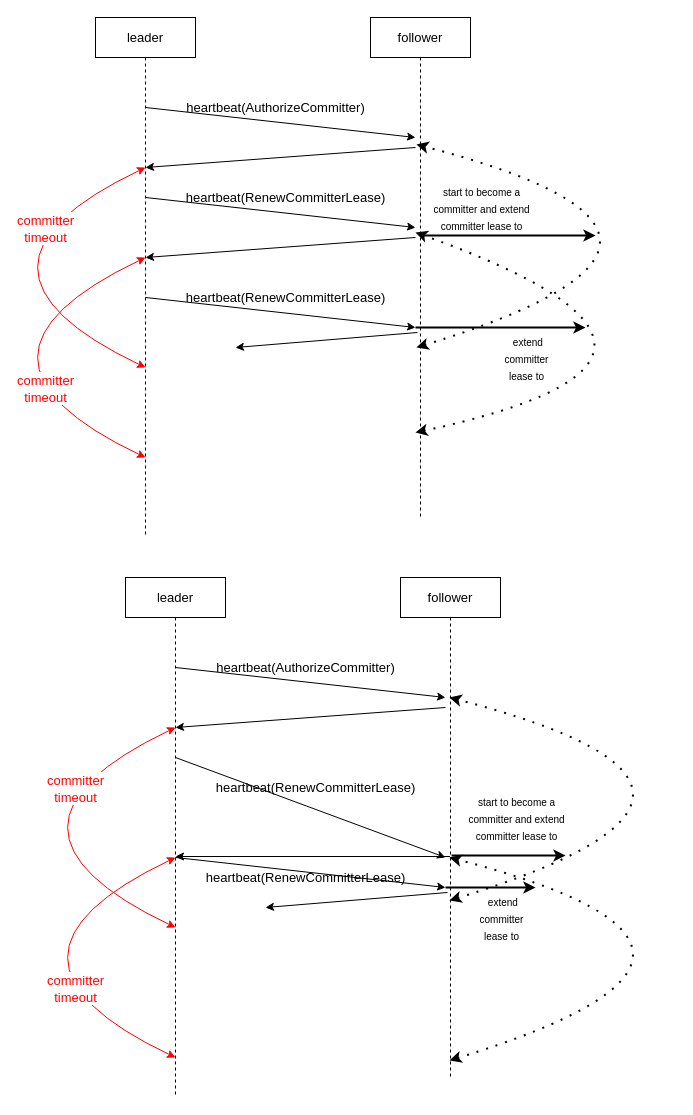
Before: raft-committer-idea.drawio in BanYeung/Notes, a draw.io diagram. Source tidied: cells renumbered, new cells numbered last; positions are measured from the earlier drawing's top-left corner, leaving out a move shared by most shapes. Both pictures are drawn from the tidied source at 100%, with x=0, y=0 at pixel (-65, 17).
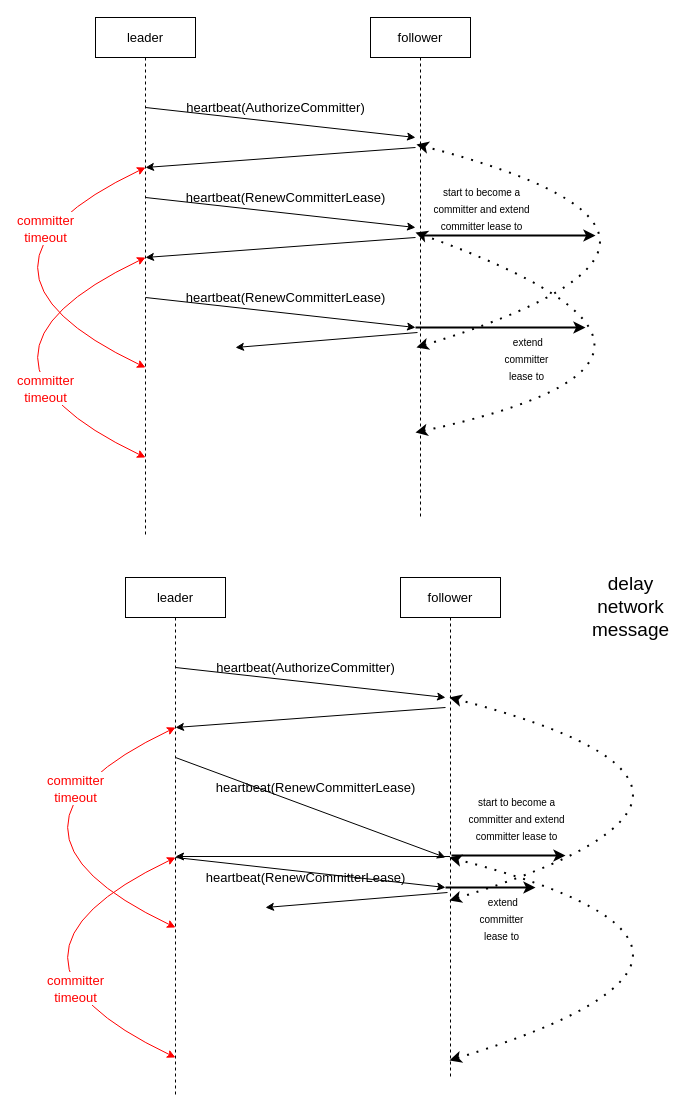
The same diagram, later.

Commit message:
delayed network message

The edit, as a diff of the source:
```diff
@@
+    <mxCell id="44" value="&lt;font style=&quot;font-size: 19px&quot;&gt;delay &lt;br&gt;network &lt;br&gt;message&lt;/font&gt;" style="text;html=1;align=center;verticalAlign=middle;strokeColor=none;" parent="1" vertex="1">
+      <mxGeometry x="650" y="560" width="90" height="60" as="geometry" />
+    </mxCell>
```
